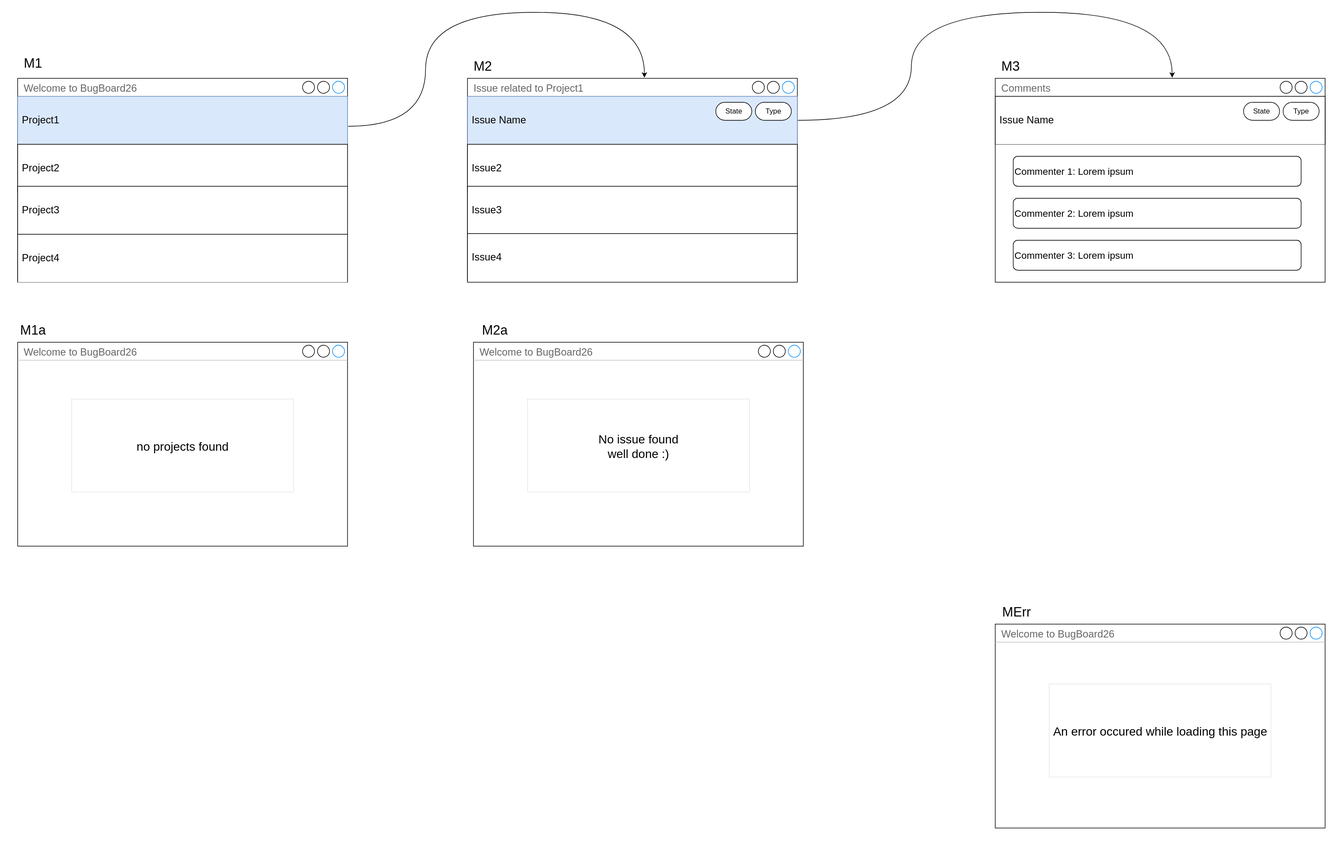
Above: docs/diagrams/exports/VisualizzaIssueMockup.svg in PierluigiFrascogna/BugBoard26 (draw.io), before the change. Source tidied: cells renumbered, new cells last; positions are measured from the earlier drawing's top-left corner, leaving out a move shared by most shapes.
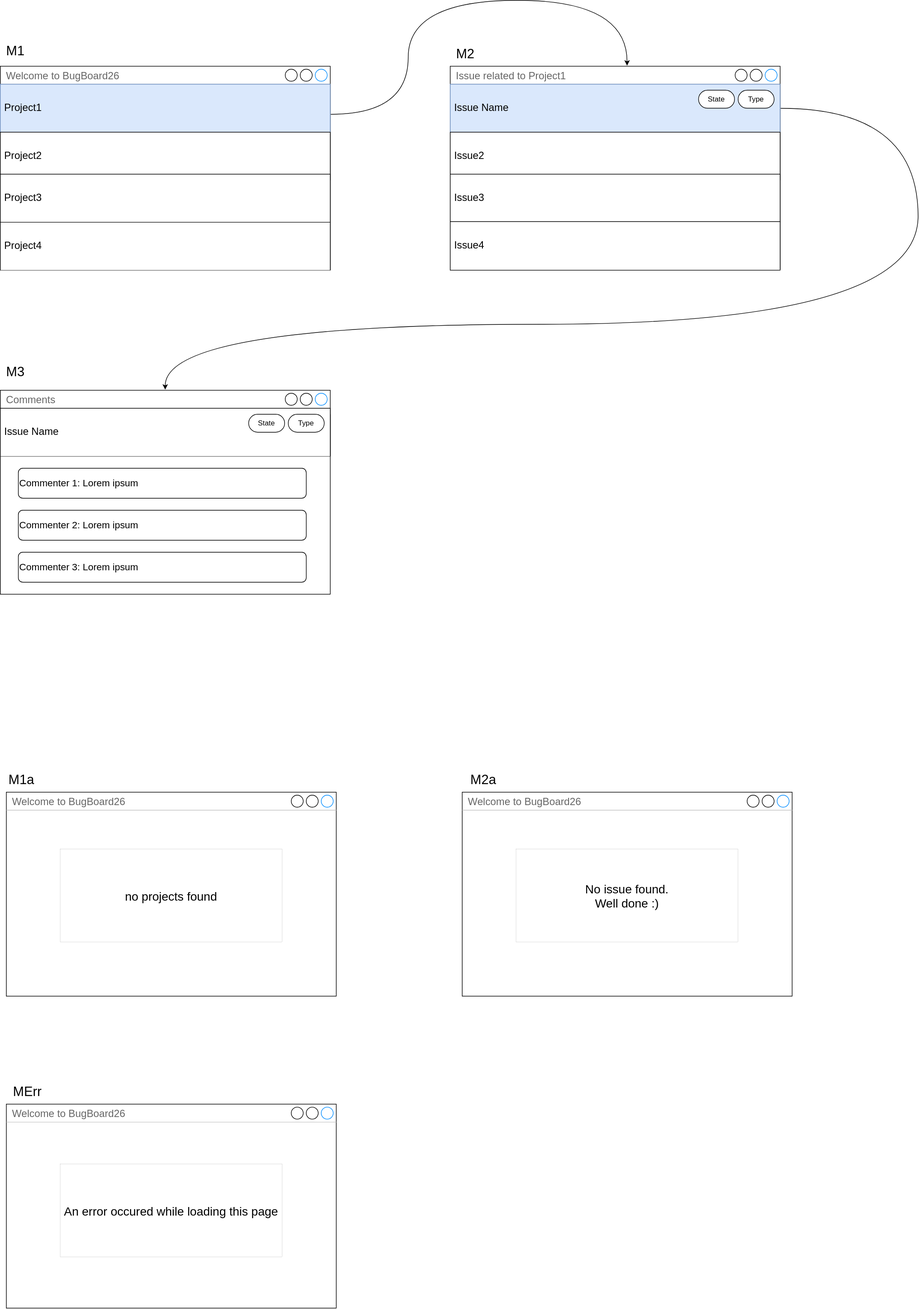
Later version of the same file.

What changed in the source:
```diff
@@ -54,7 +54,7 @@
       </mxGeometry>
     </mxCell>
     <mxCell id="17" style="group;" parent="1" vertex="1">
-      <mxGeometry x="1640" y="109.9" width="550" height="340" as="geometry" />
+      <mxGeometry x="10" y="650" width="550" height="340" as="geometry" />
     </mxCell>
     <mxCell id="18" value="Comments" style="strokeWidth=1;shadow=0;dashed=0;align=center;html=1;shape=mxgraph.mockup.containers.window;align=left;verticalAlign=top;spacingLeft=8;strokeColor2=#008cff;strokeColor3=#c4c4c4;fontColor=#666666;mainText=;fontSize=17;labelBackgroundColor=none;whiteSpace=wrap;perimeterSpacing=1;" parent="17" vertex="1">
       <mxGeometry width="550" height="340" as="geometry" />
@@ -83,9 +83,9 @@
     <mxCell id="26" style="edgeStyle=orthogonalEdgeStyle;rounded=0;jettySize=auto;html=1;curved=1;" parent="1" edge="1" source="10" target="18">
       <mxGeometry relative="1" as="geometry">
         <Array as="points">
-          <mxPoint x="1500" y="179.9" />
-          <mxPoint x="1500" y="-0.1" />
-          <mxPoint x="1935" y="-0.1" />
+          <mxPoint x="1540" y="180" />
+          <mxPoint x="1540" y="540" />
+          <mxPoint x="285" y="540" />
         </Array>
       </mxGeometry>
     </mxCell>
@@ -96,10 +96,10 @@
       <mxGeometry x="760" y="69.9" width="50" height="40" as="geometry" />
     </mxCell>
     <mxCell id="29" value="&lt;font style=&quot;font-size: 22px;&quot;&gt;M3&lt;/font&gt;" style="text;html=1;align=center;verticalAlign=middle;strokeColor=none;fillColor=none;" parent="1" vertex="1">
-      <mxGeometry x="1640" y="69.9" width="50" height="40" as="geometry" />
+      <mxGeometry x="10" y="600" width="50" height="40" as="geometry" />
     </mxCell>
     <mxCell id="30" style="group;fontSize=26;" parent="1" vertex="1">
-      <mxGeometry x="10" y="550" width="550" height="340" as="geometry" />
+      <mxGeometry x="20" y="1320" width="550" height="340" as="geometry" />
     </mxCell>
     <mxCell id="31" value="Welcome to BugBoard26" style="strokeWidth=1;shadow=0;dashed=0;align=center;html=1;shape=mxgraph.mockup.containers.window;align=left;verticalAlign=top;spacingLeft=8;strokeColor2=#008cff;strokeColor3=#c4c4c4;fontColor=#666666;mainText=;fontSize=17;labelBackgroundColor=none;whiteSpace=wrap;perimeterSpacing=1;" parent="30" vertex="1">
       <mxGeometry width="550" height="340" as="geometry" />
@@ -108,28 +108,28 @@
       <mxGeometry x="90" y="95" width="370" height="155" as="geometry" />
     </mxCell>
     <mxCell id="33" style="group;fontSize=26;" parent="1" vertex="1">
-      <mxGeometry x="770" y="550" width="550" height="340" as="geometry" />
+      <mxGeometry x="780" y="1320" width="550" height="340" as="geometry" />
     </mxCell>
     <mxCell id="34" value="Welcome to BugBoard26" style="strokeWidth=1;shadow=0;dashed=0;align=center;html=1;shape=mxgraph.mockup.containers.window;align=left;verticalAlign=top;spacingLeft=8;strokeColor2=#008cff;strokeColor3=#c4c4c4;fontColor=#666666;mainText=;fontSize=17;labelBackgroundColor=none;whiteSpace=wrap;perimeterSpacing=1;" parent="33" vertex="1">
       <mxGeometry width="550" height="340" as="geometry" />
     </mxCell>
-    <mxCell id="35" value="No issue found&lt;br&gt;well done :)" style="rounded=0;whiteSpace=wrap;html=1;fontSize=20;strokeWidth=0;" parent="33" vertex="1">
+    <mxCell id="35" value="No issue found.&lt;br&gt;Well done :)" style="rounded=0;whiteSpace=wrap;html=1;fontSize=20;strokeWidth=0;" parent="33" vertex="1">
       <mxGeometry x="90" y="95" width="370" height="155" as="geometry" />
     </mxCell>
     <mxCell id="36" value="&lt;font style=&quot;font-size: 22px;&quot;&gt;M1a&lt;/font&gt;" style="text;html=1;align=center;verticalAlign=middle;strokeColor=none;fillColor=none;" parent="1" vertex="1">
-      <mxGeometry y="510" width="70" height="40" as="geometry" />
+      <mxGeometry x="10" y="1280" width="70" height="40" as="geometry" />
     </mxCell>
     <mxCell id="37" value="&lt;font style=&quot;font-size: 22px;&quot;&gt;M2a&lt;/font&gt;" style="text;html=1;align=center;verticalAlign=middle;strokeColor=none;fillColor=none;" parent="1" vertex="1">
-      <mxGeometry x="770" y="510" width="70" height="40" as="geometry" />
+      <mxGeometry x="780" y="1280" width="70" height="40" as="geometry" />
     </mxCell>
     <mxCell id="38" value="Welcome to BugBoard26" style="strokeWidth=1;shadow=0;dashed=0;align=center;html=1;shape=mxgraph.mockup.containers.window;align=left;verticalAlign=top;spacingLeft=8;strokeColor2=#008cff;strokeColor3=#c4c4c4;fontColor=#666666;mainText=;fontSize=17;labelBackgroundColor=none;whiteSpace=wrap;perimeterSpacing=1;" parent="1" vertex="1">
-      <mxGeometry x="1640" y="1020" width="550" height="340" as="geometry" />
+      <mxGeometry x="20" y="1840" width="550" height="340" as="geometry" />
     </mxCell>
     <mxCell id="39" value="&lt;font style=&quot;font-size: 22px;&quot;&gt;MErr&lt;/font&gt;" style="text;html=1;align=center;verticalAlign=middle;strokeColor=none;fillColor=none;" parent="1" vertex="1">
-      <mxGeometry x="1640" y="980" width="70" height="40" as="geometry" />
+      <mxGeometry x="20" y="1800" width="70" height="40" as="geometry" />
     </mxCell>
     <mxCell id="40" value="An error occured while loading this page" style="rounded=0;whiteSpace=wrap;html=1;fontSize=20;strokeWidth=0;" parent="1" vertex="1">
-      <mxGeometry x="1730" y="1120" width="370" height="155" as="geometry" />
+      <mxGeometry x="110" y="1940" width="370" height="155" as="geometry" />
     </mxCell>
   </root>
 </mxGraphModel>
```
